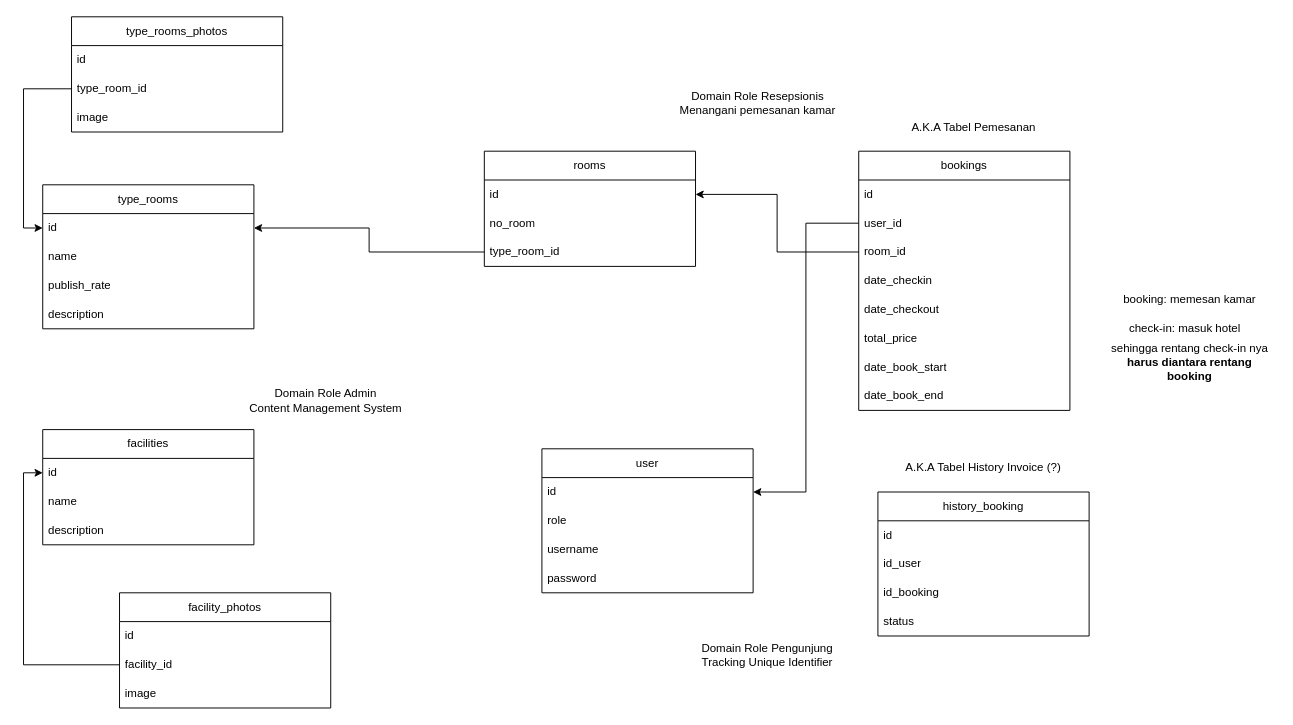
Above: ERD.drawio in ahmadxgani/oishi_hotel (draw.io), before the change. Source tidied: cells renumbered, new cells numbered last; positions are measured from the earlier drawing's top-left corner, leaving out a move shared by most shapes. Both pictures are drawn from the tidied source at 96%, with x=0, y=0 at pixel (42, 16).
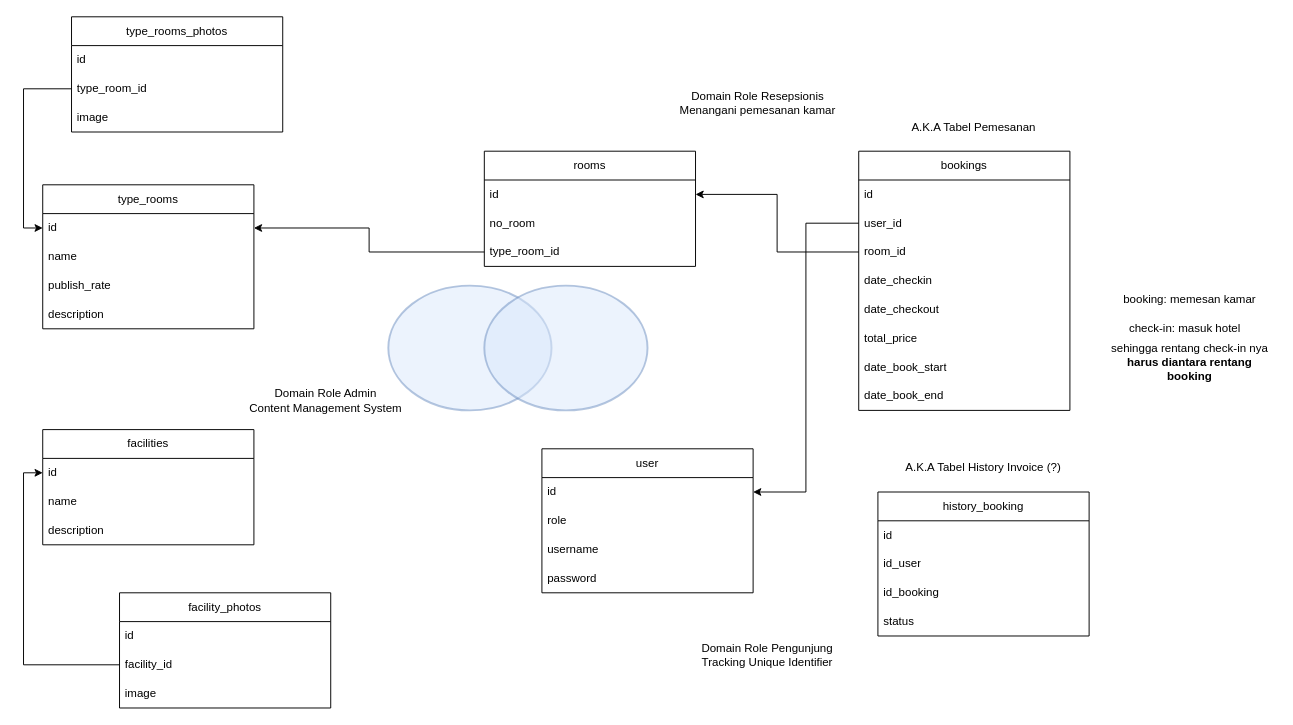
The same diagram, later.

What changed in the source:
```diff
@@
+    <mxCell id="56" style="ellipse;whiteSpace=wrap;html=1;rounded=1;shadow=0;comic=0;strokeColor=#6c8ebf;strokeWidth=2;fillColor=#dae8fc;fontSize=22;fontColor=#000000;opacity=50;" parent="1" vertex="1">
+      <mxGeometry x="360" y="280" width="170" height="130" as="geometry" />
+    </mxCell>
+    <mxCell id="57" style="ellipse;whiteSpace=wrap;html=1;rounded=1;shadow=0;comic=0;strokeColor=#6c8ebf;strokeWidth=2;fillColor=#dae8fc;fontSize=22;fontColor=#000000;opacity=50;" parent="1" vertex="1">
+      <mxGeometry x="460" y="280" width="170" height="130" as="geometry" />
+    </mxCell>
```
